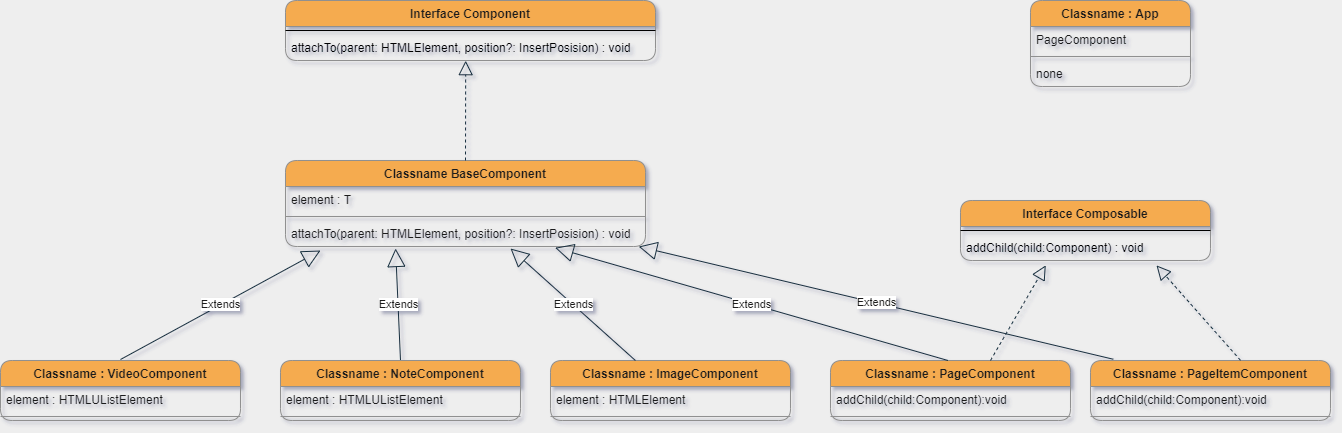
Before: ClassDiagram/class-diagram-motion-initialPage.png, a diagram exported from draw.io (goldmayo/Motion). Source tidied: cells renumbered, new cells last; positions are measured from the earlier drawing's top-left corner, leaving out a move shared by most shapes.
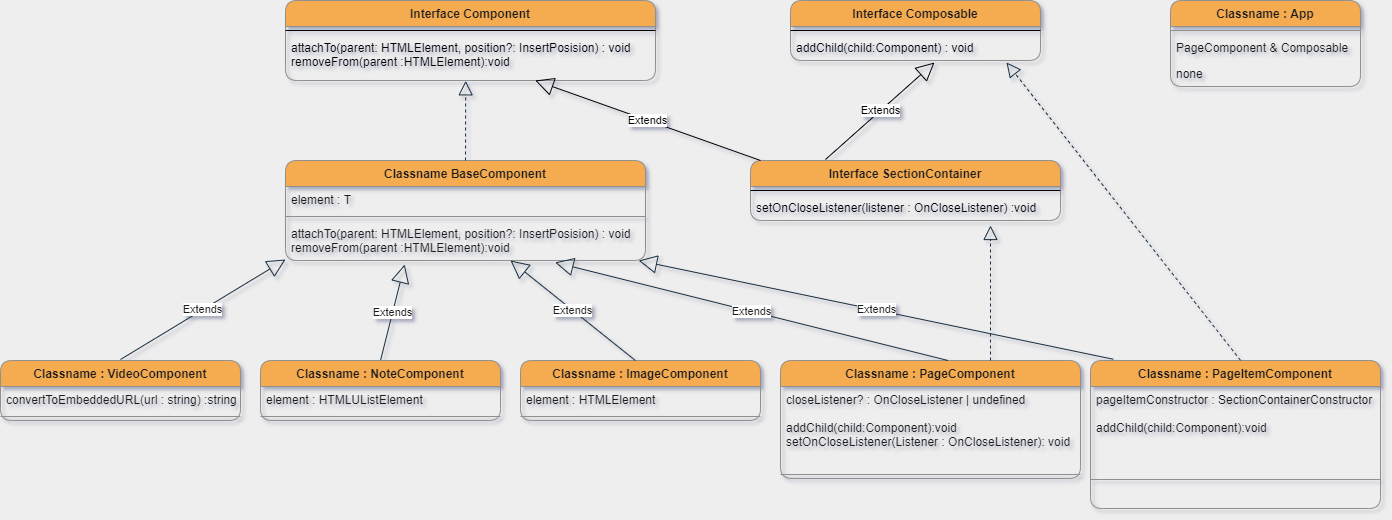
Later version of the same file.

The edit, as a diff of the source:
```diff
@@ -3,28 +3,28 @@
     <mxCell id="0" />
     <mxCell id="1" parent="0" />
     <mxCell id="2" value="Classname : App" style="swimlane;fontStyle=1;align=center;verticalAlign=top;horizontal=1;startSize=26;rounded=1;strokeColor=#909090;fillColor=#F5AB50;fontColor=#1A1A1A;" parent="1" vertex="1">
-      <mxGeometry x="1030" width="160" height="86" as="geometry" />
+      <mxGeometry x="1170" width="190" height="86" as="geometry" />
     </mxCell>
+    <mxCell id="4" style="line;strokeWidth=1;fillColor=none;align=left;verticalAlign=middle;spacingTop=-1;spacingLeft=3;spacingRight=3;labelPosition=right;strokeColor=#909090;fontColor=#1A1A1A;labelBackgroundColor=#EEEEEE;" parent="2" vertex="1">
+      <mxGeometry y="26" width="190" height="8" as="geometry" />
+    </mxCell>
-    <mxCell id="3" value="PageComponent" style="text;strokeColor=none;fillColor=none;align=left;verticalAlign=top;spacingLeft=4;spacingRight=4;overflow=hidden;fontColor=#1A1A1A;" parent="2" vertex="1">
-      <mxGeometry y="26" width="160" height="26" as="geometry" />
+    <mxCell id="3" value="PageComponent &amp; Composable" style="text;strokeColor=none;fillColor=none;align=left;verticalAlign=top;spacingLeft=4;spacingRight=4;overflow=hidden;fontColor=#1A1A1A;" parent="2" vertex="1">
+      <mxGeometry y="34" width="190" height="26" as="geometry" />
     </mxCell>
-    <mxCell id="4" style="line;strokeWidth=1;fillColor=none;align=left;verticalAlign=middle;spacingTop=-1;spacingLeft=3;spacingRight=3;labelPosition=right;strokeColor=#909090;fontColor=#1A1A1A;labelBackgroundColor=#EEEEEE;" parent="2" vertex="1">
-      <mxGeometry y="52" width="160" height="8" as="geometry" />
-    </mxCell>
     <mxCell id="5" value="none" style="text;strokeColor=none;fillColor=none;align=left;verticalAlign=top;spacingLeft=4;spacingRight=4;overflow=hidden;fontColor=#1A1A1A;" parent="2" vertex="1">
-      <mxGeometry y="60" width="160" height="26" as="geometry" />
+      <mxGeometry y="60" width="190" height="26" as="geometry" />
     </mxCell>
     <mxCell id="6" value="Classname : VideoComponent" style="swimlane;fontStyle=1;align=center;verticalAlign=top;horizontal=1;startSize=26;rounded=1;strokeColor=#909090;fillColor=#F5AB50;fontColor=#1A1A1A;" parent="1" vertex="1">
       <mxGeometry y="360" width="240" height="60" as="geometry" />
     </mxCell>
-    <mxCell id="7" value="element : HTMLUListElement" style="text;strokeColor=none;fillColor=none;align=left;verticalAlign=top;spacingLeft=4;spacingRight=4;overflow=hidden;fontColor=#1A1A1A;" parent="6" vertex="1">
+    <mxCell id="7" value="convertToEmbeddedURL(url : string) :string" style="text;strokeColor=none;fillColor=none;align=left;verticalAlign=top;spacingLeft=4;spacingRight=4;overflow=hidden;fontColor=#1A1A1A;" parent="6" vertex="1">
       <mxGeometry y="26" width="240" height="26" as="geometry" />
     </mxCell>
     <mxCell id="8" style="line;strokeWidth=1;fillColor=none;align=left;verticalAlign=middle;spacingTop=-1;spacingLeft=3;spacingRight=3;labelPosition=right;strokeColor=#909090;fontColor=#1A1A1A;labelBackgroundColor=#EEEEEE;" parent="6" vertex="1">
       <mxGeometry y="52" width="240" height="8" as="geometry" />
     </mxCell>
     <mxCell id="9" value="Classname : ImageComponent" style="swimlane;fontStyle=1;align=center;verticalAlign=top;horizontal=1;startSize=26;rounded=1;strokeColor=#909090;fillColor=#F5AB50;fontColor=#1A1A1A;" parent="1" vertex="1">
-      <mxGeometry x="550" y="360" width="240" height="60" as="geometry" />
+      <mxGeometry x="520" y="360" width="240" height="60" as="geometry" />
     </mxCell>
     <mxCell id="10" value="element : HTMLElement" style="text;strokeColor=none;fillColor=none;align=left;verticalAlign=top;spacingLeft=4;spacingRight=4;overflow=hidden;fontColor=#1A1A1A;" parent="9" vertex="1">
       <mxGeometry y="26" width="240" height="26" as="geometry" />
@@ -33,7 +33,7 @@
       <mxGeometry y="52" width="240" height="8" as="geometry" />
     </mxCell>
     <mxCell id="12" value="Classname BaseComponent" style="swimlane;fontStyle=1;align=center;verticalAlign=top;horizontal=1;startSize=26;fillColor=#F5AB50;strokeColor=#909090;fontColor=#1A1A1A;rounded=1;" parent="1" vertex="1">
-      <mxGeometry x="285" y="160" width="360" height="86" as="geometry" />
+      <mxGeometry x="285" y="160" width="360" height="100" as="geometry" />
     </mxCell>
     <mxCell id="13" value="element : T" style="text;strokeColor=none;fillColor=none;align=left;verticalAlign=top;spacingLeft=4;spacingRight=4;overflow=hidden;fontColor=#1A1A1A;" parent="12" vertex="1">
       <mxGeometry y="26" width="360" height="26" as="geometry" />
@@ -41,34 +41,31 @@
     <mxCell id="14" style="line;strokeWidth=1;fillColor=none;align=left;verticalAlign=middle;spacingTop=-1;spacingLeft=3;spacingRight=3;labelPosition=right;labelBackgroundColor=#EEEEEE;strokeColor=#909090;fontColor=#1A1A1A;" parent="12" vertex="1">
       <mxGeometry y="52" width="360" height="8" as="geometry" />
     </mxCell>
-    <mxCell id="15" value="attachTo(parent: HTMLElement, position?: InsertPosision) : void" style="text;strokeColor=none;fillColor=none;align=left;verticalAlign=top;spacingLeft=4;spacingRight=4;overflow=hidden;points=[[0,0.5],[1,0.5]];portConstraint=eastwest;fontColor=#1A1A1A;" parent="12" vertex="1">
-      <mxGeometry y="60" width="360" height="26" as="geometry" />
+    <mxCell id="15" value="attachTo(parent: HTMLElement, position?: InsertPosision) : void&#10;removeFrom(parent :HTMLElement):void" style="text;strokeColor=none;fillColor=none;align=left;verticalAlign=top;spacingLeft=4;spacingRight=4;overflow=hidden;points=[[0,0.5],[1,0.5]];portConstraint=eastwest;fontColor=#1A1A1A;" parent="12" vertex="1">
+      <mxGeometry y="60" width="360" height="40" as="geometry" />
     </mxCell>
     <mxCell id="16" value="Interface Component" style="swimlane;fontStyle=1;align=center;verticalAlign=top;horizontal=1;startSize=26;rounded=1;sketch=0;fontColor=#1A1A1A;strokeColor=#909090;fillColor=#F5AB50;" parent="1" vertex="1">
-      <mxGeometry x="285" width="370" height="60" as="geometry" />
+      <mxGeometry x="285" width="370" height="80" as="geometry" />
     </mxCell>
     <mxCell id="17" style="line;strokeWidth=1;fillColor=none;align=left;verticalAlign=middle;spacingTop=-1;spacingLeft=3;spacingRight=3;labelPosition=right;" parent="16" vertex="1">
       <mxGeometry y="26" width="370" height="8" as="geometry" />
     </mxCell>
-    <mxCell id="18" value="attachTo(parent: HTMLElement, position?: InsertPosision) : void" style="text;strokeColor=none;fillColor=none;align=left;verticalAlign=top;spacingLeft=4;spacingRight=4;overflow=hidden;points=[[0,0.5],[1,0.5]];portConstraint=eastwest;" parent="16" vertex="1">
-      <mxGeometry y="34" width="370" height="26" as="geometry" />
+    <mxCell id="18" value="attachTo(parent: HTMLElement, position?: InsertPosision) : void&#10;removeFrom(parent :HTMLElement):void" style="text;strokeColor=none;fillColor=none;align=left;verticalAlign=top;spacingLeft=4;spacingRight=4;overflow=hidden;points=[[0,0.5],[1,0.5]];portConstraint=eastwest;" parent="16" vertex="1">
+      <mxGeometry y="34" width="370" height="46" as="geometry" />
     </mxCell>
     <mxCell id="19" style="endArrow=block;dashed=1;endFill=0;endSize=12;html=1;fontColor=#1A1A1A;strokeColor=#182E3E;exitX=0.5;exitY=0;exitDx=0;exitDy=0;entryX=0.487;entryY=1.007;entryDx=0;entryDy=0;entryPerimeter=0;" parent="1" edge="1" source="12" target="18">
       <mxGeometry relative="1" as="geometry" />
     </mxCell>
-    <mxCell id="20" value="Extends" style="endArrow=block;endSize=16;endFill=0;html=1;fontColor=#1A1A1A;strokeColor=#182E3E;" parent="1" edge="1">
+    <mxCell id="20" value="Extends" style="endArrow=block;endSize=16;endFill=0;html=1;fontColor=#1A1A1A;strokeColor=#182E3E;entryX=0;entryY=0.975;entryDx=0;entryDy=0;entryPerimeter=0;" parent="1" edge="1" target="15">
       <mxGeometry relative="1" as="geometry">
         <mxPoint x="120" y="359" as="sourcePoint" />
-        <mxPoint x="320" y="250" as="targetPoint" />
       </mxGeometry>
     </mxCell>
-    <mxCell id="21" value="Extends" style="endArrow=block;endSize=16;endFill=0;html=1;fontColor=#1A1A1A;strokeColor=#182E3E;entryX=0.653;entryY=1.077;entryDx=0;entryDy=0;entryPerimeter=0;exitX=0.5;exitY=0;exitDx=0;exitDy=0;" parent="1" edge="1" source="22">
-      <mxGeometry relative="1" as="geometry">
-        <mxPoint x="395.1" y="248" as="targetPoint" />
-      </mxGeometry>
+    <mxCell id="21" value="Extends" style="endArrow=block;endSize=16;endFill=0;html=1;fontColor=#1A1A1A;strokeColor=#182E3E;entryX=0.331;entryY=1.1;entryDx=0;entryDy=0;entryPerimeter=0;exitX=0.5;exitY=0;exitDx=0;exitDy=0;" parent="1" edge="1" source="22" target="15">
+      <mxGeometry relative="1" as="geometry" />
     </mxCell>
     <mxCell id="22" value="Classname : NoteComponent" style="swimlane;fontStyle=1;align=center;verticalAlign=top;horizontal=1;startSize=26;rounded=1;strokeColor=#909090;fillColor=#F5AB50;fontColor=#1A1A1A;" parent="1" vertex="1">
-      <mxGeometry x="280" y="360" width="240" height="60" as="geometry" />
+      <mxGeometry x="260" y="360" width="240" height="60" as="geometry" />
     </mxCell>
     <mxCell id="23" value="element : HTMLUListElement" style="text;strokeColor=none;fillColor=none;align=left;verticalAlign=top;spacingLeft=4;spacingRight=4;overflow=hidden;fontColor=#1A1A1A;" parent="22" vertex="1">
       <mxGeometry y="26" width="240" height="26" as="geometry" />
@@ -77,18 +74,17 @@
       <mxGeometry y="52" width="240" height="8" as="geometry" />
     </mxCell>
     <mxCell id="25" value="Classname : PageComponent" style="swimlane;fontStyle=1;align=center;verticalAlign=top;horizontal=1;startSize=26;rounded=1;strokeColor=#909090;fillColor=#F5AB50;fontColor=#1A1A1A;" parent="1" vertex="1">
-      <mxGeometry x="830" y="360" width="240" height="60" as="geometry" />
+      <mxGeometry x="780" y="360" width="300" height="118" as="geometry" />
     </mxCell>
-    <mxCell id="26" value="addChild(child:Component):void" style="text;strokeColor=none;fillColor=none;align=left;verticalAlign=top;spacingLeft=4;spacingRight=4;overflow=hidden;fontColor=#1A1A1A;" parent="25" vertex="1">
-      <mxGeometry y="26" width="240" height="26" as="geometry" />
+    <mxCell id="26" value="closeListener? : OnCloseListener | undefined&#10;&#10;addChild(child:Component):void&#10;setOnCloseListener(Listener : OnCloseListener): void" style="text;strokeColor=none;fillColor=none;align=left;verticalAlign=top;spacingLeft=4;spacingRight=4;overflow=hidden;fontColor=#1A1A1A;" parent="25" vertex="1">
+      <mxGeometry y="26" width="300" height="84" as="geometry" />
     </mxCell>
     <mxCell id="27" style="line;strokeWidth=1;fillColor=none;align=left;verticalAlign=middle;spacingTop=-1;spacingLeft=3;spacingRight=3;labelPosition=right;strokeColor=#909090;fontColor=#1A1A1A;labelBackgroundColor=#EEEEEE;" parent="25" vertex="1">
-      <mxGeometry y="52" width="240" height="8" as="geometry" />
+      <mxGeometry y="110" width="300" height="8" as="geometry" />
     </mxCell>
-    <mxCell id="28" value="Extends" style="endArrow=block;endSize=16;endFill=0;html=1;fontColor=#1A1A1A;strokeColor=#182E3E;entryX=0.653;entryY=1.077;entryDx=0;entryDy=0;entryPerimeter=0;" parent="1" edge="1">
+    <mxCell id="28" value="Extends" style="endArrow=block;endSize=16;endFill=0;html=1;fontColor=#1A1A1A;strokeColor=#182E3E;entryX=0.625;entryY=1;entryDx=0;entryDy=0;entryPerimeter=0;" parent="1" edge="1" target="15">
       <mxGeometry relative="1" as="geometry">
         <mxPoint x="634.9" y="360" as="sourcePoint" />
-        <mxPoint x="510" y="248" as="targetPoint" />
       </mxGeometry>
     </mxCell>
     <mxCell id="29" value="Extends" style="endArrow=block;endSize=16;endFill=0;html=1;fontColor=#1A1A1A;strokeColor=#182E3E;entryX=0.749;entryY=1.048;entryDx=0;entryDy=0;entryPerimeter=0;" parent="1" edge="1" target="15">
@@ -97,37 +93,57 @@
       </mxGeometry>
     </mxCell>
     <mxCell id="30" value="Classname : PageItemComponent" style="swimlane;fontStyle=1;align=center;verticalAlign=top;horizontal=1;startSize=26;rounded=1;strokeColor=#909090;fillColor=#F5AB50;fontColor=#1A1A1A;" parent="1" vertex="1">
-      <mxGeometry x="1090" y="360" width="240" height="60" as="geometry" />
+      <mxGeometry x="1090" y="360" width="290" height="148" as="geometry" />
     </mxCell>
-    <mxCell id="31" value="addChild(child:Component):void" style="text;strokeColor=none;fillColor=none;align=left;verticalAlign=top;spacingLeft=4;spacingRight=4;overflow=hidden;fontColor=#1A1A1A;" parent="30" vertex="1">
-      <mxGeometry y="26" width="240" height="26" as="geometry" />
+    <mxCell id="31" value="pageItemConstructor : SectionContainerConstructor&#10;&#10;addChild(child:Component):void" style="text;strokeColor=none;fillColor=none;align=left;verticalAlign=top;spacingLeft=4;spacingRight=4;overflow=hidden;fontColor=#1A1A1A;" parent="30" vertex="1">
+      <mxGeometry y="26" width="290" height="64" as="geometry" />
     </mxCell>
     <mxCell id="32" style="line;strokeWidth=1;fillColor=none;align=left;verticalAlign=middle;spacingTop=-1;spacingLeft=3;spacingRight=3;labelPosition=right;strokeColor=#909090;fontColor=#1A1A1A;labelBackgroundColor=#EEEEEE;" parent="30" vertex="1">
-      <mxGeometry y="52" width="240" height="8" as="geometry" />
+      <mxGeometry y="90" width="290" height="58" as="geometry" />
     </mxCell>
     <mxCell id="33" value="Extends" style="endArrow=block;endSize=16;endFill=0;html=1;fontColor=#1A1A1A;strokeColor=#182E3E;entryX=0.981;entryY=1.002;entryDx=0;entryDy=0;entryPerimeter=0;" parent="1" edge="1" target="15">
       <mxGeometry relative="1" as="geometry">
         <mxPoint x="1112.8" y="358.8" as="sourcePoint" />
       </mxGeometry>
     </mxCell>
-    <mxCell id="34" value="Interface Composable" style="swimlane;fontStyle=1;align=center;verticalAlign=top;horizontal=1;startSize=26;rounded=1;sketch=0;fontColor=#1A1A1A;strokeColor=#909090;fillColor=#F5AB50;" parent="1" vertex="1">
-      <mxGeometry x="960" y="200" width="250" height="60" as="geometry" />
+    <mxCell id="34" value="Interface SectionContainer" style="swimlane;fontStyle=1;align=center;verticalAlign=top;horizontal=1;startSize=26;rounded=1;sketch=0;fontColor=#1A1A1A;strokeColor=#909090;fillColor=#F5AB50;" parent="1" vertex="1">
+      <mxGeometry x="750" y="160" width="310" height="60" as="geometry" />
     </mxCell>
     <mxCell id="35" style="line;strokeWidth=1;fillColor=none;align=left;verticalAlign=middle;spacingTop=-1;spacingLeft=3;spacingRight=3;labelPosition=right;" parent="34" vertex="1">
-      <mxGeometry y="26" width="250" height="8" as="geometry" />
+      <mxGeometry y="26" width="310" height="8" as="geometry" />
     </mxCell>
-    <mxCell id="36" value="addChild(child:Component) : void" style="text;strokeColor=none;fillColor=none;align=left;verticalAlign=top;spacingLeft=4;spacingRight=4;overflow=hidden;points=[[0,0.5],[1,0.5]];portConstraint=eastwest;" parent="34" vertex="1">
-      <mxGeometry y="34" width="250" height="26" as="geometry" />
+    <mxCell id="36" value="setOnCloseListener(listener : OnCloseListener) :void" style="text;strokeColor=none;fillColor=none;align=left;verticalAlign=top;spacingLeft=4;spacingRight=4;overflow=hidden;points=[[0,0.5],[1,0.5]];portConstraint=eastwest;" parent="34" vertex="1">
+      <mxGeometry y="34" width="310" height="26" as="geometry" />
     </mxCell>
-    <mxCell id="37" style="endArrow=block;dashed=1;endFill=0;endSize=12;html=1;fontColor=#1A1A1A;strokeColor=#182E3E;exitX=0.5;exitY=0;exitDx=0;exitDy=0;entryX=0.784;entryY=1.188;entryDx=0;entryDy=0;entryPerimeter=0;" parent="1" edge="1" target="36">
+    <mxCell id="37" style="endArrow=block;dashed=1;endFill=0;endSize=12;html=1;fontColor=#1A1A1A;strokeColor=#182E3E;exitX=0.5;exitY=0;exitDx=0;exitDy=0;entryX=0.864;entryY=1.077;entryDx=0;entryDy=0;entryPerimeter=0;" parent="1" edge="1" target="41">
       <mxGeometry relative="1" as="geometry">
         <mxPoint x="1240" y="359.8" as="sourcePoint" />
       </mxGeometry>
     </mxCell>
-    <mxCell id="38" style="endArrow=block;dashed=1;endFill=0;endSize=12;html=1;fontColor=#1A1A1A;strokeColor=#182E3E;exitX=0.5;exitY=0;exitDx=0;exitDy=0;entryX=0.341;entryY=1.188;entryDx=0;entryDy=0;entryPerimeter=0;" parent="1" edge="1" target="36">
+    <mxCell id="38" style="endArrow=block;dashed=1;endFill=0;endSize=12;html=1;fontColor=#1A1A1A;strokeColor=#182E3E;exitX=0.5;exitY=0;exitDx=0;exitDy=0;" parent="1" edge="1">
       <mxGeometry relative="1" as="geometry">
         <mxPoint x="990" y="360" as="sourcePoint" />
+        <mxPoint x="990" y="225" as="targetPoint" />
       </mxGeometry>
     </mxCell>
+    <mxCell id="39" value="Interface Composable" style="swimlane;fontStyle=1;align=center;verticalAlign=top;horizontal=1;startSize=26;rounded=1;sketch=0;fontColor=#1A1A1A;strokeColor=#909090;fillColor=#F5AB50;" parent="1" vertex="1">
+      <mxGeometry x="790" width="250" height="60" as="geometry" />
+    </mxCell>
+    <mxCell id="40" style="line;strokeWidth=1;fillColor=none;align=left;verticalAlign=middle;spacingTop=-1;spacingLeft=3;spacingRight=3;labelPosition=right;" parent="39" vertex="1">
+      <mxGeometry y="26" width="250" height="8" as="geometry" />
+    </mxCell>
+    <mxCell id="41" value="addChild(child:Component) : void" style="text;strokeColor=none;fillColor=none;align=left;verticalAlign=top;spacingLeft=4;spacingRight=4;overflow=hidden;points=[[0,0.5],[1,0.5]];portConstraint=eastwest;" parent="39" vertex="1">
+      <mxGeometry y="34" width="250" height="26" as="geometry" />
+    </mxCell>
+    <mxCell id="42" value="Extends" style="endArrow=block;endSize=16;endFill=0;html=1;entryX=0.576;entryY=1.077;entryDx=0;entryDy=0;entryPerimeter=0;" parent="1" edge="1" target="41">
+      <mxGeometry relative="1" as="geometry">
+        <mxPoint x="825" y="159" as="sourcePoint" />
+      </mxGeometry>
+    </mxCell>
+    <mxCell id="43" value="Extends" style="endArrow=block;endSize=16;endFill=0;html=1;" parent="1" edge="1" target="18">
+      <mxGeometry relative="1" as="geometry">
+        <mxPoint x="760" y="160" as="sourcePoint" />
+      </mxGeometry>
+    </mxCell>
   </root>
 </mxGraphModel>
```
